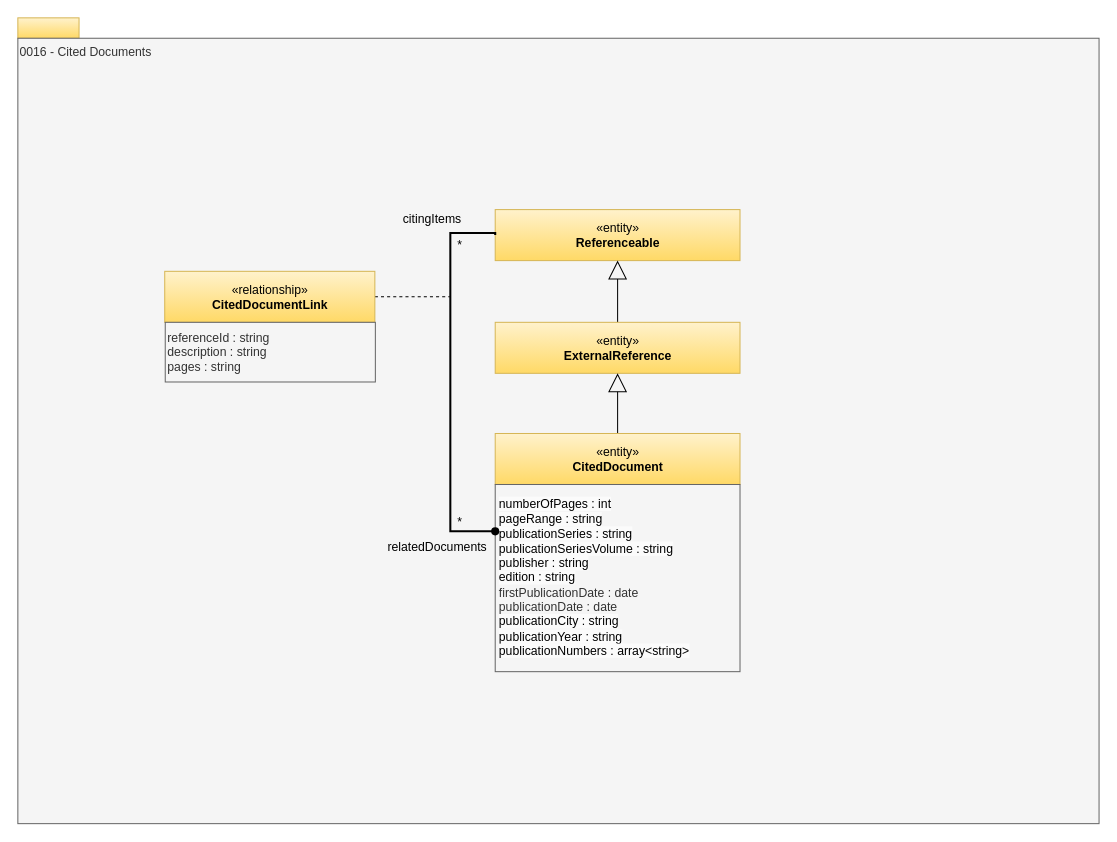
Above: page "0016-Cited-Documents" (11 of 33) of site/docs/types/0/area-0-basic-types-and-infrastructure.drawio in odpi/egeria-docs (draw.io), before the change. Source tidied: cells renumbered, new cells numbered last; positions are measured from the earlier drawing's top-left corner, leaving out a move shared by most shapes. Both pictures are drawn from the tidied source at 102%, with x=0, y=0 at pixel (17, 17).
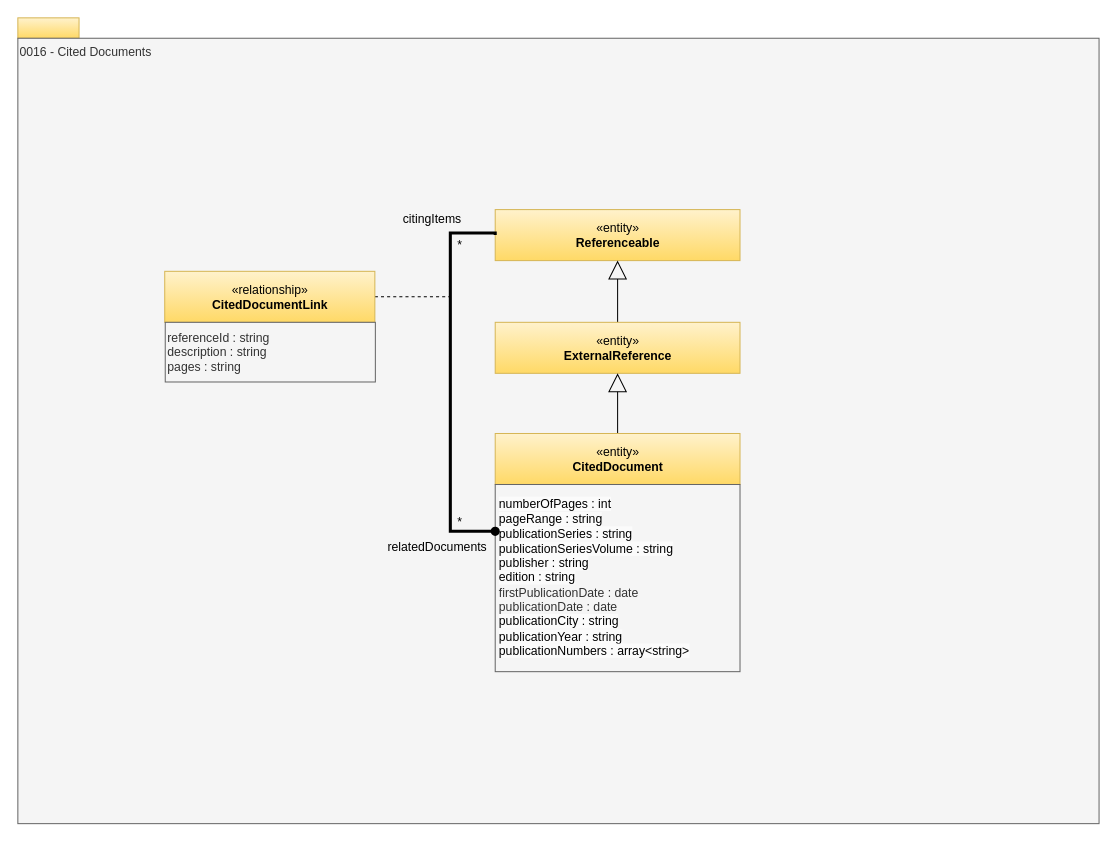
The same page after the edit.

The change refers to these unchanged cells:
```xml
<mxCell id="4" value="«entity»&lt;br&gt;&lt;b&gt;Referenceable&lt;/b&gt;" style="html=1;strokeColor=#d6b656;align=center;fillColor=#fff2cc;gradientColor=#ffd966;" parent="1" vertex="1">
  <mxGeometry x="468" y="188" width="240" height="50" as="geometry" />
</mxCell>
<mxCell id="12" value="&lt;span style=&quot;color: rgb(0, 0, 0); font-family: Helvetica; font-size: 12px; font-style: normal; font-variant-ligatures: normal; font-variant-caps: normal; font-weight: 400; letter-spacing: normal; orphans: 2; text-align: left; text-indent: 0px; text-transform: none; widows: 2; word-spacing: 0px; -webkit-text-stroke-width: 0px; white-space: normal; background-color: rgb(251, 251, 251); text-decoration-thickness: initial; text-decoration-style: initial; text-decoration-color: initial; display: inline !important; float: none;&quot;&gt;numberOfPages : int&lt;/span&gt;&lt;br style=&quot;forced-color-adjust: none; color: rgb(0, 0, 0); font-family: Helvetica; font-size: 12px; font-style: normal; font-variant-ligatures: normal; font-variant-caps: normal; font-weight: 400; letter-spacing: normal; orphans: 2; text-align: left; text-indent: 0px; text-transform: none; widows: 2; word-spacing: 0px; -webkit-text-stroke-width: 0px; white-space: normal; background-color: rgb(251, 251, 251); text-decoration-thickness: initial; text-decoration-style: initial; text-decoration-color: initial;&quot;&gt;&lt;span style=&quot;color: rgb(0, 0, 0); font-family: Helvetica; font-size: 12px; font-style: normal; font-variant-ligatures: normal; font-variant-caps: normal; font-weight: 400; letter-spacing: normal; orphans: 2; text-align: left; text-indent: 0px; text-transform: none; widows: 2; word-spacing: 0px; -webkit-text-stroke-width: 0px; white-space: normal; background-color: rgb(251, 251, 251); text-decoration-thickness: initial; text-decoration-style: initial; text-decoration-color: initial; display: inline !important; float: none;&quot;&gt;pageRange : string&lt;/span&gt;&lt;div&gt;&lt;span style=&quot;color: rgb(0, 0, 0); font-family: Helvetica; font-size: 12px; font-style: normal; font-variant-ligatures: normal; font-variant-caps: normal; font-weight: 400; letter-spacing: normal; orphans: 2; text-align: left; text-indent: 0px; text-transform: none; widows: 2; word-spacing: 0px; -webkit-text-stroke-width: 0px; white-space: normal; background-color: rgb(251, 251, 251); text-decoration-thickness: initial; text-decoration-style: initial; text-decoration-color: initial; display: inline !important; float: none;&quot;&gt;publicationSeries : string&lt;br&gt;publicationSeriesVolume : string&lt;br&gt;publisher : string&lt;br&gt;edition : string&lt;/span&gt;&lt;/div&gt;firstPublicationDate : date&lt;br&gt;publicationDate : date&lt;br&gt;&lt;div&gt;&lt;span style=&quot;color: rgb(0, 0, 0); font-family: Helvetica; font-size: 12px; font-style: normal; font-variant-ligatures: normal; font-variant-caps: normal; font-weight: 400; letter-spacing: normal; orphans: 2; text-align: left; text-indent: 0px; text-transform: none; widows: 2; word-spacing: 0px; -webkit-text-stroke-width: 0px; white-space: normal; background-color: rgb(251, 251, 251); text-decoration-thickness: initial; text-decoration-style: initial; text-decoration-color: initial; display: inline !important; float: none;&quot;&gt;publicationCity : string&lt;br&gt;publicationYear : string&lt;br&gt;publicationNumbers : array&amp;lt;string&amp;gt;&lt;/span&gt;&lt;/div&gt;" style="rounded=0;whiteSpace=wrap;html=1;strokeColor=#666666;align=left;spacingLeft=2;fillColor=#f5f5f5;fontColor=#333333;" parent="1" vertex="1">
  <mxGeometry x="468" y="457.5" width="240" height="183.5" as="geometry" />
</mxCell>
```

Diff of the diagram source:
```diff
@@
-    <mxCell id="17" style="edgeStyle=orthogonalEdgeStyle;rounded=0;html=1;exitX=0;exitY=0.25;entryX=0;entryY=0.5;endArrow=none;endFill=0;jettySize=auto;startArrow=oval;startFill=1;strokeWidth=2;exitDx=0;exitDy=0;" parent="1" edge="1" source="12" target="4">
+    <mxCell id="17" style="edgeStyle=orthogonalEdgeStyle;rounded=0;html=1;exitX=0;exitY=0.25;entryX=0;entryY=0.5;endArrow=none;endFill=0;jettySize=auto;startArrow=oval;startFill=1;strokeWidth=3;exitDx=0;exitDy=0;" parent="1" edge="1" source="12" target="4">
       <mxGeometry relative="1" as="geometry">
         <Array as="points">
           <mxPoint x="424" y="503" />
           <mxPoint x="424" y="211" />
           <mxPoint x="468" y="211" />
         </Array>
       </mxGeometry>
     </mxCell>
```
